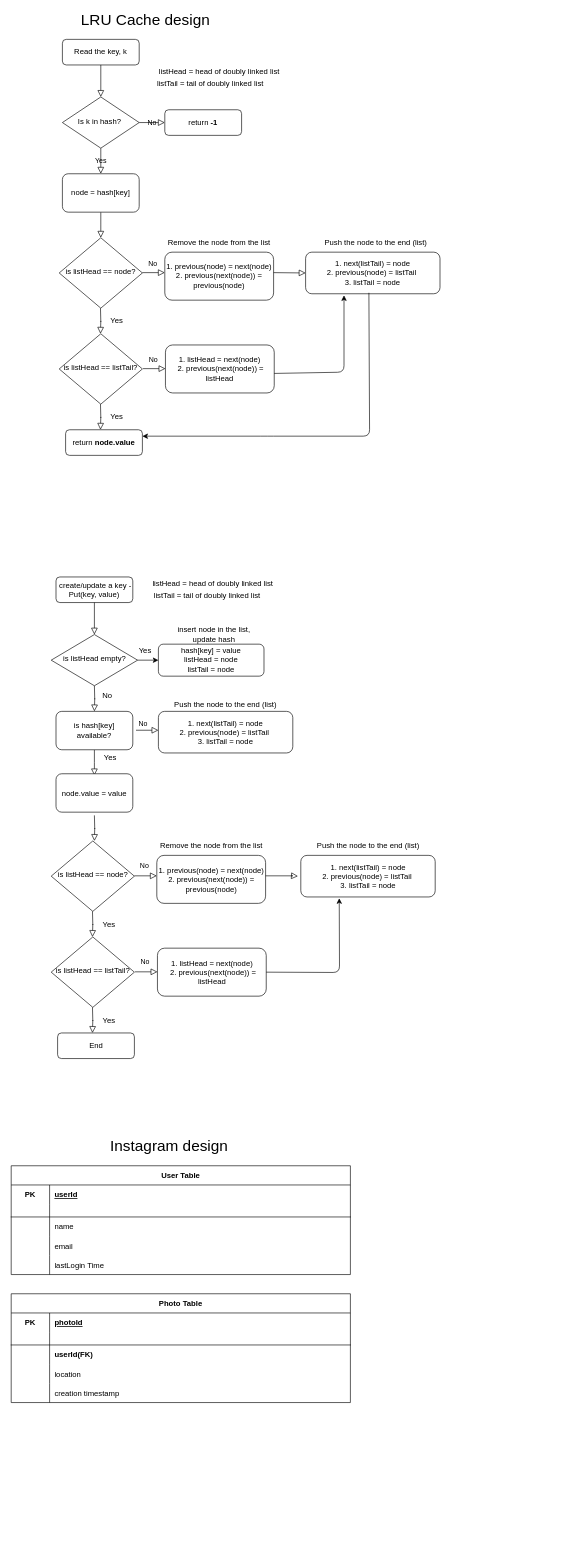
Earlier version of the draw.io diagram Untitled Diagram.drawio (hawaijar/FireLeetcode). Source tidied: cells renumbered, new cells numbered last; positions are measured from the earlier drawing's top-left corner, leaving out a move shared by most shapes. Both pictures are drawn from the tidied source at 64%, with x=0, y=0 at pixel (11, 13).
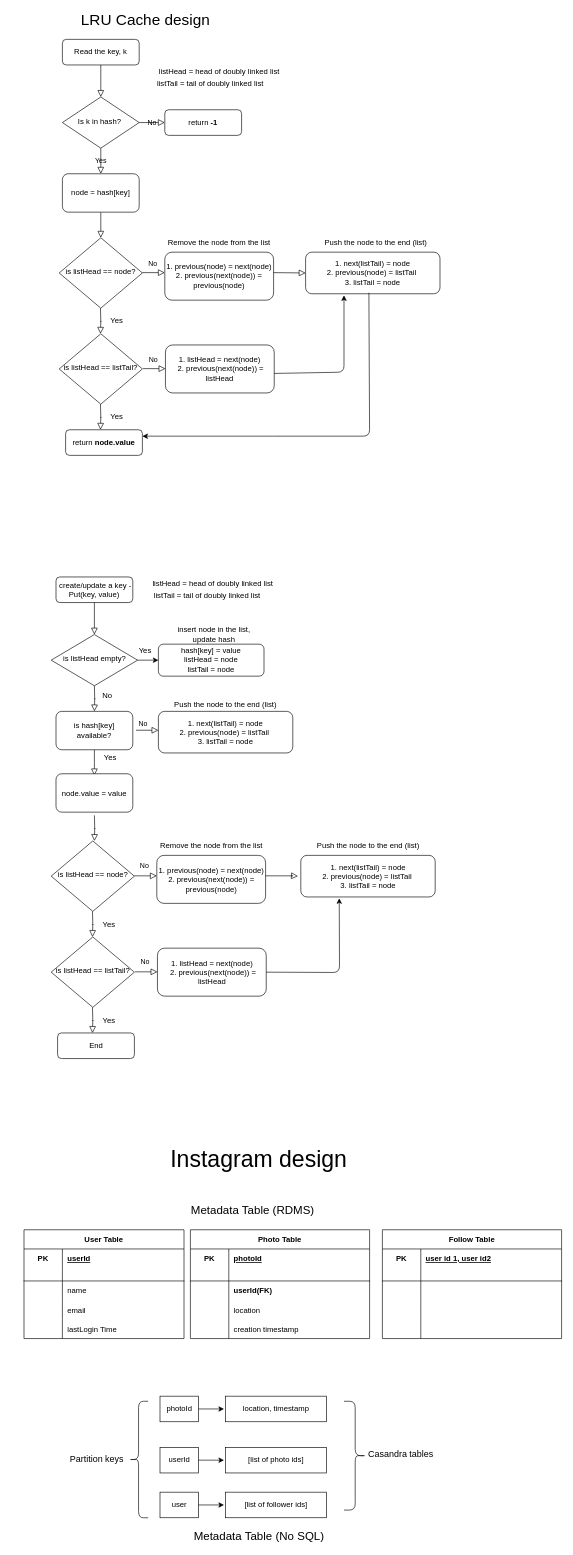
The same diagram, later.

The edit, as a diff of the source:
```diff
@@
-    <mxCell id="65" value="&lt;font style=&quot;font-size: 24px&quot;&gt;Instagram design&lt;/font&gt;" style="text;html=1;strokeColor=none;fillColor=none;align=center;verticalAlign=middle;whiteSpace=wrap;rounded=0;" parent="1" vertex="1">
-      <mxGeometry x="72.5" y="1760" width="347.5" height="20" as="geometry" />
+    <mxCell id="65" value="&lt;font style=&quot;font-size: 36px&quot;&gt;Instagram design&lt;/font&gt;" style="text;html=1;strokeColor=none;fillColor=none;align=center;verticalAlign=middle;whiteSpace=wrap;rounded=0;" parent="1" vertex="1">
+      <mxGeometry x="212.5" y="1780" width="347.5" height="20" as="geometry" />
     </mxCell>
     <mxCell id="66" value="User Table" style="shape=table;startSize=30;childLayout=tableLayout;rowLines=0;fontStyle=1;align=center;" parent="1" vertex="1">
-      <mxGeometry y="1800" width="530" height="170" as="geometry" />
+      <mxGeometry x="20" y="1900" width="250" height="170" as="geometry" />
     </mxCell>
     <mxCell id="67" style="shape=partialRectangle;fillColor=none;top=0;left=0;bottom=0;right=0;" parent="66" vertex="1">
-      <mxGeometry y="30" width="530" height="30" as="geometry" />
+      <mxGeometry y="30" width="250" height="30" as="geometry" />
     </mxCell>
@@
     <mxCell id="69" value="userId" style="shape=partialRectangle;fillColor=none;top=0;left=0;bottom=0;right=0;align=left;spacingLeft=6;fontStyle=5;overflow=hidden;" parent="67" vertex="1">
-      <mxGeometry x="60" width="470" height="30" as="geometry" />
+      <mxGeometry x="60" width="190" height="30" as="geometry" />
     </mxCell>
     <mxCell id="70" style="shape=partialRectangle;fillColor=none;top=0;left=0;bottom=1;right=0;" parent="66" vertex="1">
-      <mxGeometry y="60" width="530" height="20" as="geometry" />
+      <mxGeometry y="60" width="250" height="20" as="geometry" />
     </mxCell>
@@
     <mxCell id="72" style="shape=partialRectangle;fillColor=none;top=0;left=0;bottom=0;right=0;align=left;spacingLeft=6;fontStyle=5;overflow=hidden;" parent="70" vertex="1">
-      <mxGeometry x="60" width="470" height="20" as="geometry" />
+      <mxGeometry x="60" width="190" height="20" as="geometry" />
     </mxCell>
     <mxCell id="73" style="shape=partialRectangle;fillColor=none;top=0;left=0;bottom=0;right=0;" parent="66" vertex="1">
-      <mxGeometry y="80" width="530" height="30" as="geometry" />
+      <mxGeometry y="80" width="250" height="30" as="geometry" />
     </mxCell>
@@
     <mxCell id="75" value="name" style="shape=partialRectangle;fillColor=none;top=0;left=0;bottom=0;right=0;align=left;spacingLeft=6;overflow=hidden;" parent="73" vertex="1">
-      <mxGeometry x="60" width="470" height="30" as="geometry" />
+      <mxGeometry x="60" width="190" height="30" as="geometry" />
     </mxCell>
     <mxCell id="76" style="shape=partialRectangle;fillColor=none;top=0;left=0;bottom=0;right=0;" parent="66" vertex="1">
-      <mxGeometry y="110" width="530" height="30" as="geometry" />
+      <mxGeometry y="110" width="250" height="30" as="geometry" />
     </mxCell>
@@
     <mxCell id="78" value="email" style="shape=partialRectangle;fillColor=none;top=0;left=0;bottom=0;right=0;align=left;spacingLeft=6;overflow=hidden;" parent="76" vertex="1">
-      <mxGeometry x="60" width="470" height="30" as="geometry" />
+      <mxGeometry x="60" width="190" height="30" as="geometry" />
     </mxCell>
     <mxCell id="79" style="shape=partialRectangle;fillColor=none;top=0;left=0;bottom=0;right=0;" parent="66" vertex="1">
-      <mxGeometry y="140" width="530" height="30" as="geometry" />
+      <mxGeometry y="140" width="250" height="30" as="geometry" />
     </mxCell>
@@
     <mxCell id="81" value="lastLogin Time" style="shape=partialRectangle;fillColor=none;top=0;left=0;bottom=0;right=0;align=left;spacingLeft=6;overflow=hidden;" parent="79" vertex="1">
-      <mxGeometry x="60" width="470" height="30" as="geometry" />
+      <mxGeometry x="60" width="190" height="30" as="geometry" />
     </mxCell>
     <mxCell id="82" value="Photo Table" style="shape=table;startSize=30;childLayout=tableLayout;rowLines=0;fontStyle=1;align=center;" parent="1" vertex="1">
-      <mxGeometry y="2000" width="530" height="170" as="geometry" />
+      <mxGeometry x="280" y="1900" width="280" height="170" as="geometry" />
     </mxCell>
     <mxCell id="83" style="shape=partialRectangle;fillColor=none;top=0;left=0;bottom=0;right=0;" parent="82" vertex="1">
-      <mxGeometry y="30" width="530" height="30" as="geometry" />
+      <mxGeometry y="30" width="280" height="30" as="geometry" />
     </mxCell>
@@
     <mxCell id="85" value="photoId" style="shape=partialRectangle;fillColor=none;top=0;left=0;bottom=0;right=0;align=left;spacingLeft=6;fontStyle=5;overflow=hidden;" parent="83" vertex="1">
-      <mxGeometry x="60" width="470" height="30" as="geometry" />
+      <mxGeometry x="60" width="220" height="30" as="geometry" />
     </mxCell>
     <mxCell id="86" style="shape=partialRectangle;fillColor=none;top=0;left=0;bottom=1;right=0;" parent="82" vertex="1">
-      <mxGeometry y="60" width="530" height="20" as="geometry" />
+      <mxGeometry y="60" width="280" height="20" as="geometry" />
     </mxCell>
@@
     <mxCell id="88" style="shape=partialRectangle;fillColor=none;top=0;left=0;bottom=0;right=0;align=left;spacingLeft=6;fontStyle=5;overflow=hidden;" parent="86" vertex="1">
-      <mxGeometry x="60" width="470" height="20" as="geometry" />
+      <mxGeometry x="60" width="220" height="20" as="geometry" />
     </mxCell>
     <mxCell id="89" style="shape=partialRectangle;fillColor=none;top=0;left=0;bottom=0;right=0;" parent="82" vertex="1">
-      <mxGeometry y="80" width="530" height="30" as="geometry" />
+      <mxGeometry y="80" width="280" height="30" as="geometry" />
     </mxCell>
@@
     <mxCell id="91" value="userId(FK)" style="shape=partialRectangle;fillColor=none;top=0;left=0;bottom=0;right=0;align=left;spacingLeft=6;overflow=hidden;fontStyle=1;" parent="89" vertex="1">
-      <mxGeometry x="60" width="470" height="30" as="geometry" />
+      <mxGeometry x="60" width="220" height="30" as="geometry" />
     </mxCell>
     <mxCell id="92" style="shape=partialRectangle;fillColor=none;top=0;left=0;bottom=0;right=0;" parent="82" vertex="1">
-      <mxGeometry y="110" width="530" height="30" as="geometry" />
+      <mxGeometry y="110" width="280" height="30" as="geometry" />
     </mxCell>
@@
     <mxCell id="94" value="location" style="shape=partialRectangle;fillColor=none;top=0;left=0;bottom=0;right=0;align=left;spacingLeft=6;overflow=hidden;" parent="92" vertex="1">
-      <mxGeometry x="60" width="470" height="30" as="geometry" />
+      <mxGeometry x="60" width="220" height="30" as="geometry" />
     </mxCell>
     <mxCell id="95" style="shape=partialRectangle;fillColor=none;top=0;left=0;bottom=0;right=0;" parent="82" vertex="1">
-      <mxGeometry y="140" width="530" height="30" as="geometry" />
+      <mxGeometry y="140" width="280" height="30" as="geometry" />
     </mxCell>
@@
     <mxCell id="97" value="creation timestamp" style="shape=partialRectangle;fillColor=none;top=0;left=0;bottom=0;right=0;align=left;spacingLeft=6;overflow=hidden;" parent="95" vertex="1">
-      <mxGeometry x="60" width="470" height="30" as="geometry" />
+      <mxGeometry x="60" width="220" height="30" as="geometry" />
     </mxCell>
+    <mxCell id="98" value="&lt;font style=&quot;font-size: 18px&quot;&gt;Metadata Table (RDMS)&lt;/font&gt;" style="text;html=1;strokeColor=none;fillColor=none;align=center;verticalAlign=middle;whiteSpace=wrap;rounded=0;" parent="1" vertex="1">
+      <mxGeometry x="280" y="1860" width="195" height="20" as="geometry" />
+    </mxCell>
+    <mxCell id="99" value="Follow Table" style="shape=table;startSize=30;childLayout=tableLayout;rowLines=0;fontStyle=1;align=center;" parent="1" vertex="1">
+      <mxGeometry x="580" y="1900" width="280" height="170" as="geometry" />
+    </mxCell>
+    <mxCell id="100" style="shape=partialRectangle;fillColor=none;top=0;left=0;bottom=0;right=0;" parent="99" vertex="1">
+      <mxGeometry y="30" width="280" height="30" as="geometry" />
+    </mxCell>
+    <mxCell id="101" value="PK" style="shape=partialRectangle;fillColor=none;top=0;left=0;bottom=0;right=0;fontStyle=1;overflow=hidden;" parent="100" vertex="1">
+      <mxGeometry width="60" height="30" as="geometry" />
+    </mxCell>
+    <mxCell id="102" value="user id 1, user id2" style="shape=partialRectangle;fillColor=none;top=0;left=0;bottom=0;right=0;align=left;spacingLeft=6;fontStyle=5;overflow=hidden;" parent="100" vertex="1">
+      <mxGeometry x="60" width="220" height="30" as="geometry" />
+    </mxCell>
+    <mxCell id="103" style="shape=partialRectangle;fillColor=none;top=0;left=0;bottom=1;right=0;" parent="99" vertex="1">
+      <mxGeometry y="60" width="280" height="20" as="geometry" />
+    </mxCell>
+    <mxCell id="104" style="shape=partialRectangle;fillColor=none;top=0;left=0;bottom=0;right=0;fontStyle=1;overflow=hidden;" parent="103" vertex="1">
+      <mxGeometry width="60" height="20" as="geometry" />
+    </mxCell>
+    <mxCell id="105" style="shape=partialRectangle;fillColor=none;top=0;left=0;bottom=0;right=0;align=left;spacingLeft=6;fontStyle=5;overflow=hidden;" parent="103" vertex="1">
+      <mxGeometry x="60" width="220" height="20" as="geometry" />
+    </mxCell>
+    <mxCell id="106" style="shape=partialRectangle;fillColor=none;top=0;left=0;bottom=0;right=0;" parent="99" vertex="1">
+      <mxGeometry y="80" width="280" height="30" as="geometry" />
+    </mxCell>
+    <mxCell id="107" style="shape=partialRectangle;fillColor=none;top=0;left=0;bottom=0;right=0;overflow=hidden;" parent="106" vertex="1">
+      <mxGeometry width="60" height="30" as="geometry" />
+    </mxCell>
+    <mxCell id="108" style="shape=partialRectangle;fillColor=none;top=0;left=0;bottom=0;right=0;align=left;spacingLeft=6;overflow=hidden;fontStyle=1;" parent="106" vertex="1">
+      <mxGeometry x="60" width="220" height="30" as="geometry" />
+    </mxCell>
+    <mxCell id="109" style="shape=partialRectangle;fillColor=none;top=0;left=0;bottom=0;right=0;" parent="99" vertex="1">
+      <mxGeometry y="110" width="280" height="30" as="geometry" />
+    </mxCell>
+    <mxCell id="110" style="shape=partialRectangle;fillColor=none;top=0;left=0;bottom=0;right=0;overflow=hidden;" parent="109" vertex="1">
+      <mxGeometry width="60" height="30" as="geometry" />
+    </mxCell>
+    <mxCell id="111" style="shape=partialRectangle;fillColor=none;top=0;left=0;bottom=0;right=0;align=left;spacingLeft=6;overflow=hidden;" parent="109" vertex="1">
+      <mxGeometry x="60" width="220" height="30" as="geometry" />
+    </mxCell>
+    <mxCell id="112" style="shape=partialRectangle;fillColor=none;top=0;left=0;bottom=0;right=0;" parent="99" vertex="1">
+      <mxGeometry y="140" width="280" height="30" as="geometry" />
+    </mxCell>
+    <mxCell id="113" style="shape=partialRectangle;fillColor=none;top=0;left=0;bottom=0;right=0;overflow=hidden;" parent="112" vertex="1">
+      <mxGeometry width="60" height="30" as="geometry" />
+    </mxCell>
+    <mxCell id="114" style="shape=partialRectangle;fillColor=none;top=0;left=0;bottom=0;right=0;align=left;spacingLeft=6;overflow=hidden;" parent="112" vertex="1">
+      <mxGeometry x="60" width="220" height="30" as="geometry" />
+    </mxCell>
+    <mxCell id="115" value="&lt;font style=&quot;font-size: 18px&quot;&gt;Metadata Table (No SQL)&lt;/font&gt;" style="text;html=1;strokeColor=none;fillColor=none;align=center;verticalAlign=middle;whiteSpace=wrap;rounded=0;" parent="1" vertex="1">
+      <mxGeometry x="270" y="2370" width="235" height="20" as="geometry" />
+    </mxCell>
+    <mxCell id="116" value="photoId" style="whiteSpace=wrap;html=1;align=center;" parent="1" vertex="1">
+      <mxGeometry x="232.5" y="2160" width="60" height="40" as="geometry" />
+    </mxCell>
+    <mxCell id="117" value="location, timestamp" style="whiteSpace=wrap;html=1;align=center;" parent="1" vertex="1">
+      <mxGeometry x="335" y="2160" width="157.5" height="40" as="geometry" />
+    </mxCell>
+    <mxCell id="118" style="endArrow=classic;html=1;exitX=1;exitY=0.5;exitDx=0;exitDy=0;" parent="1" edge="1" source="116">
+      <mxGeometry relative="1" as="geometry">
+        <mxPoint x="332.5" y="2180" as="targetPoint" />
+      </mxGeometry>
+    </mxCell>
+    <mxCell id="119" value="userId" style="whiteSpace=wrap;html=1;align=center;" parent="1" vertex="1">
+      <mxGeometry x="232.5" y="2240" width="60" height="40" as="geometry" />
+    </mxCell>
+    <mxCell id="120" value="[list of photo ids]" style="whiteSpace=wrap;html=1;align=center;" parent="1" vertex="1">
+      <mxGeometry x="335" y="2240" width="157.5" height="40" as="geometry" />
+    </mxCell>
+    <mxCell id="121" style="endArrow=classic;html=1;exitX=1;exitY=0.5;exitDx=0;exitDy=0;" parent="1" edge="1" source="119">
+      <mxGeometry relative="1" as="geometry">
+        <mxPoint x="332.5" y="2260" as="targetPoint" />
+      </mxGeometry>
+    </mxCell>
+    <mxCell id="122" value="user" style="whiteSpace=wrap;html=1;align=center;" parent="1" vertex="1">
+      <mxGeometry x="232.5" y="2310" width="60" height="40" as="geometry" />
+    </mxCell>
+    <mxCell id="123" value="[list of follower ids]" style="whiteSpace=wrap;html=1;align=center;" parent="1" vertex="1">
+      <mxGeometry x="335" y="2310" width="157.5" height="40" as="geometry" />
+    </mxCell>
+    <mxCell id="124" style="endArrow=classic;html=1;exitX=1;exitY=0.5;exitDx=0;exitDy=0;" parent="1" edge="1" source="122">
+      <mxGeometry relative="1" as="geometry">
+        <mxPoint x="332.5" y="2330" as="targetPoint" />
+      </mxGeometry>
+    </mxCell>
+    <mxCell id="125" style="shape=curlyBracket;whiteSpace=wrap;html=1;rounded=1;flipH=1;" parent="1" vertex="1">
+      <mxGeometry x="520" y="2168" width="35" height="170" as="geometry" />
+    </mxCell>
+    <mxCell id="126" value="&lt;font style=&quot;font-size: 14px&quot;&gt;Casandra tables&lt;/font&gt;" style="text;html=1;strokeColor=none;fillColor=none;align=center;verticalAlign=middle;whiteSpace=wrap;rounded=0;" parent="1" vertex="1">
+      <mxGeometry x="555" y="2240" width="107.5" height="20" as="geometry" />
+    </mxCell>
+    <mxCell id="127" style="shape=curlyBracket;whiteSpace=wrap;html=1;rounded=1;" parent="1" vertex="1">
+      <mxGeometry x="184" y="2168" width="30" height="182" as="geometry" />
+    </mxCell>
+    <mxCell id="128" value="&lt;font style=&quot;font-size: 14px&quot;&gt;Partition keys&lt;/font&gt;" style="text;html=1;strokeColor=none;fillColor=none;align=center;verticalAlign=middle;whiteSpace=wrap;rounded=0;" parent="1" vertex="1">
+      <mxGeometry x="79.5" y="2249" width="107.5" height="20" as="geometry" />
+    </mxCell>
```
